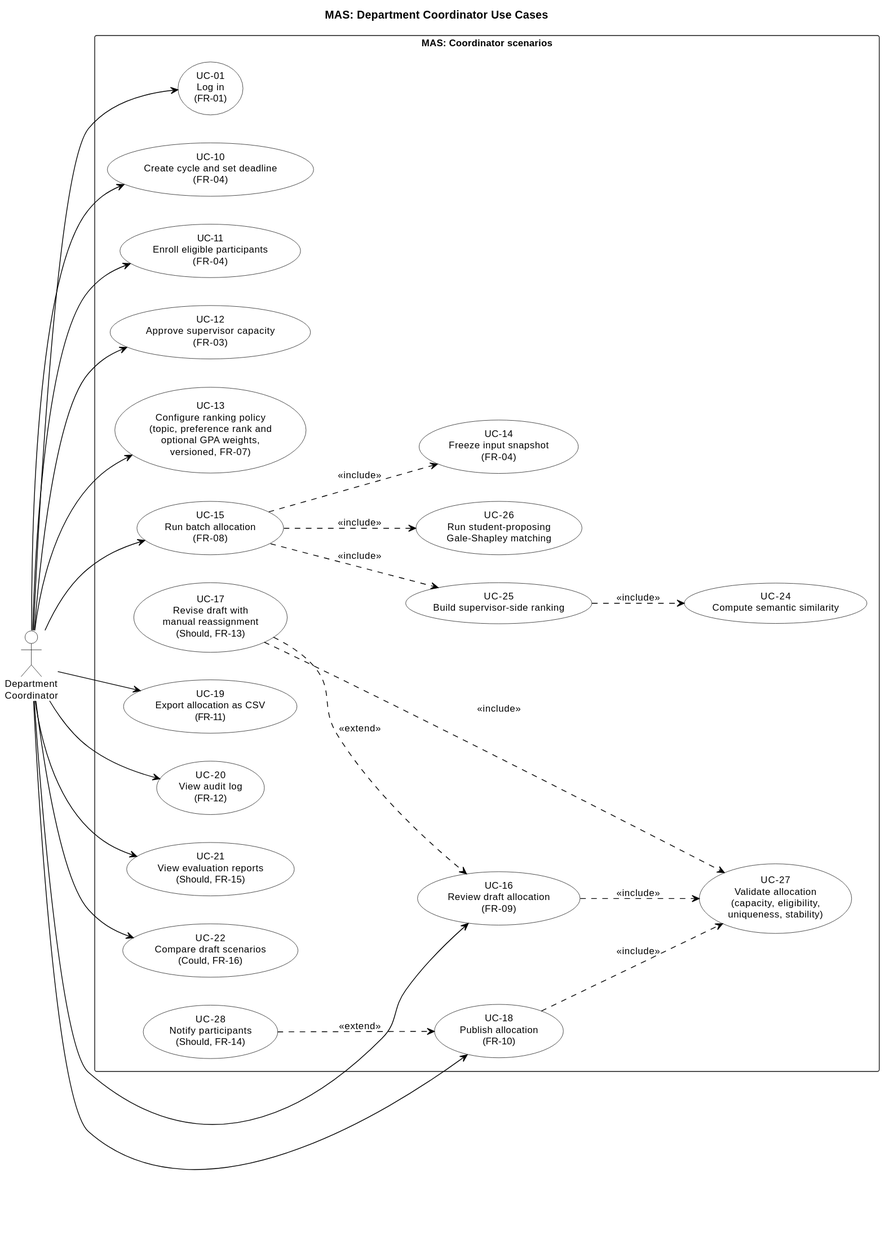
Above: diagrams/exports/use-case-coordinator.svg in Diasb4/Diploma (PlantUML), before the change.
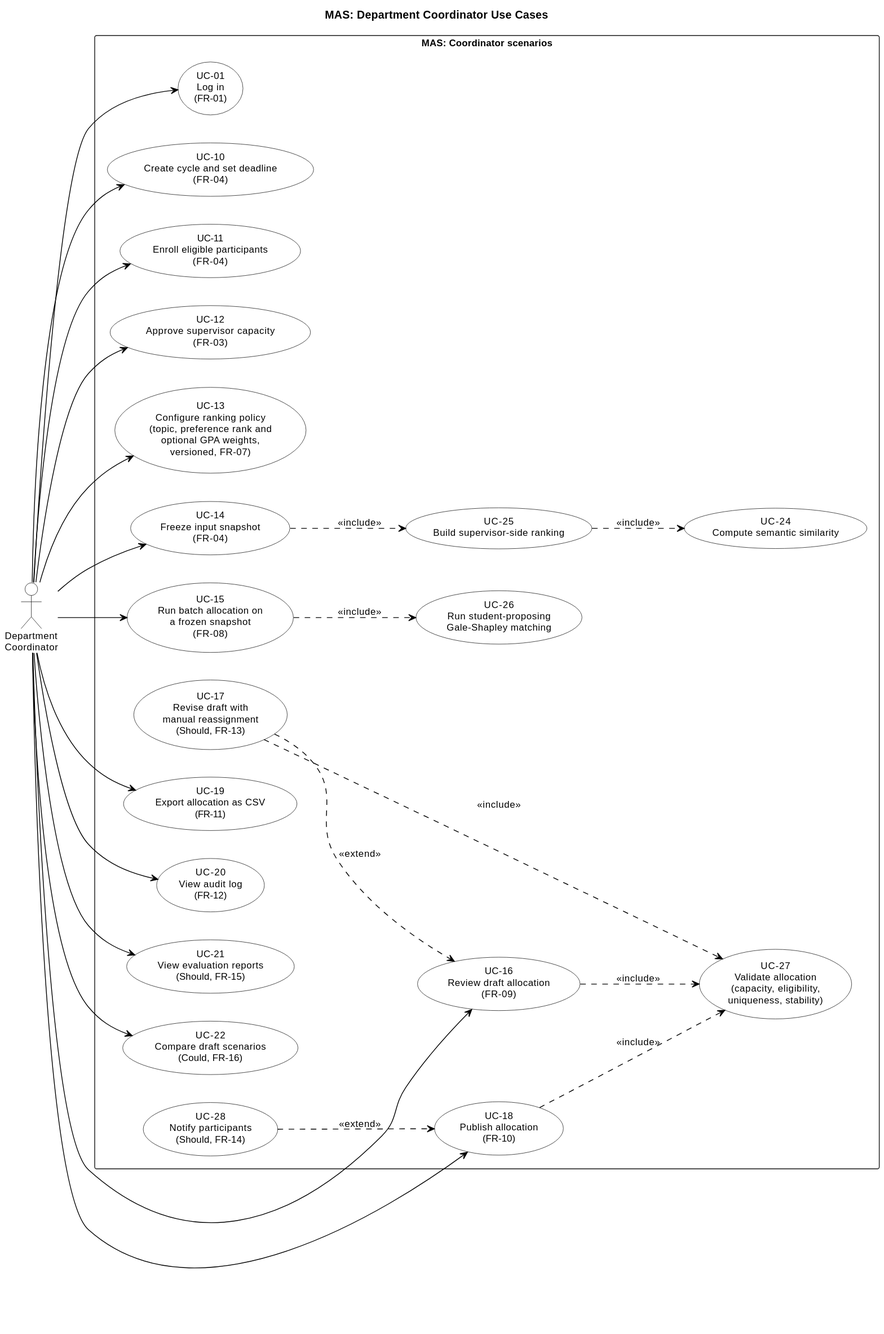
Later version of the same file.

Commit message:
MAS-13: Make the snapshot freeze a separate step before the run

Diff of the diagram source:
```diff
@@ -24,7 +24,7 @@
   usecase "UC-12\nApprove supervisor capacity\n(FR-03)" as UC12
   usecase "UC-13\nConfigure ranking policy\n(topic, preference rank and\noptional GPA weights,\nversioned, FR-07)" as UC13
   usecase "UC-14\nFreeze input snapshot\n(FR-04)" as UC14
-  usecase "UC-15\nRun batch allocation\n(FR-08)" as UC15
+  usecase "UC-15\nRun batch allocation on\na frozen snapshot\n(FR-08)" as UC15
   usecase "UC-16\nReview draft allocation\n(FR-09)" as UC16
   usecase "UC-17\nRevise draft with\nmanual reassignment\n(Should, FR-13)" as UC17
   usecase "UC-18\nPublish allocation\n(FR-10)" as UC18
@@ -45,6 +45,7 @@
 Coordinator --> UC11
 Coordinator --> UC12
 Coordinator --> UC13
+Coordinator --> UC14
 Coordinator --> UC15
 Coordinator --> UC16
 Coordinator --> UC18
@@ -53,8 +54,7 @@
 Coordinator --> UC21
 Coordinator --> UC22
 
-UC15 ..> UC14 : <<include>>
-UC15 ..> UC25 : <<include>>
+UC14 ..> UC25 : <<include>>
 UC15 ..> UC26 : <<include>>
 UC25 ..> UC24 : <<include>>
 UC16 ..> UC27 : <<include>>
```
